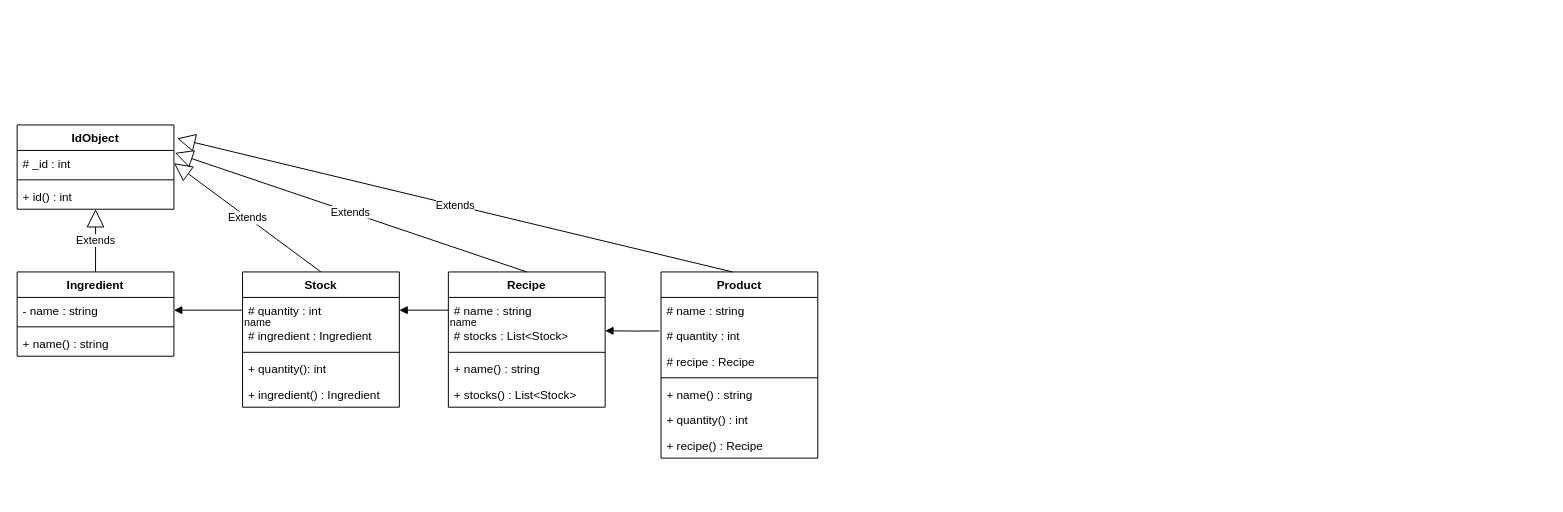
Above: src/lecture/live/lecture_09_10/bakery_uml.drawio in cs-ubbcluj-ro/FP-2023 (draw.io), before the change. Source tidied: cells renumbered, new cells numbered last; positions are measured from the earlier drawing's top-left corner, leaving out a move shared by most shapes. Both pictures are drawn from the tidied source at 98%, with x=0, y=0 at pixel (17, 124).
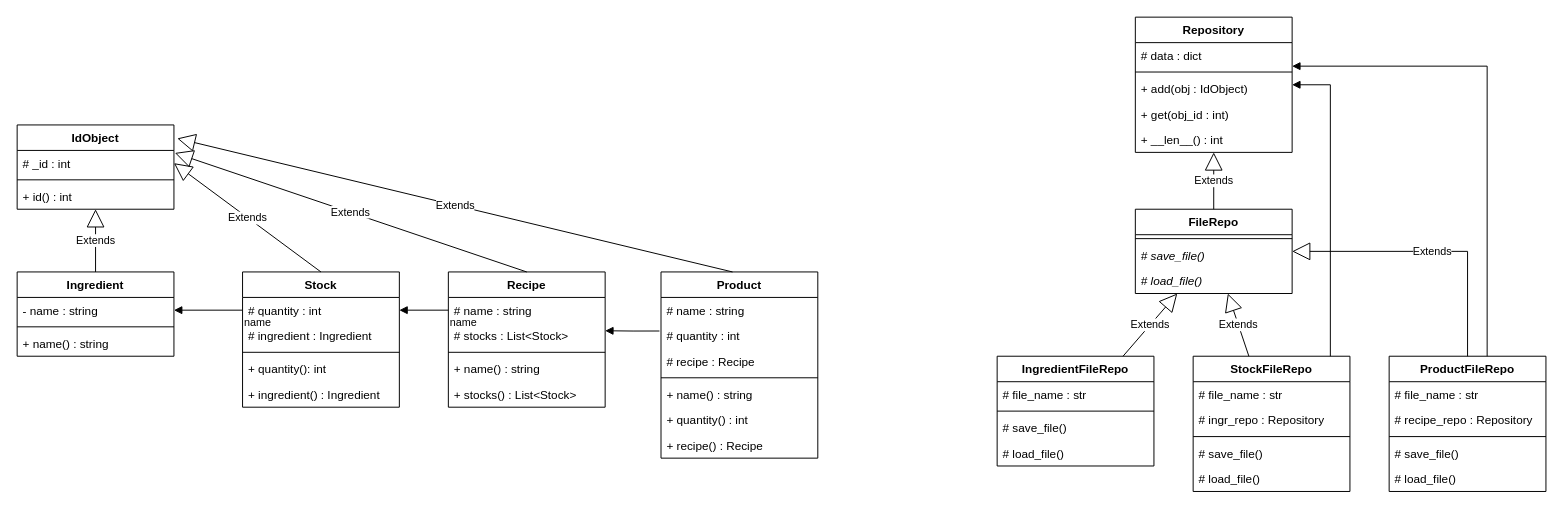
After the change.

The edit, as a diff of the source:
```diff
@@
+    <mxCell id="37" value="Repository" style="swimlane;fontStyle=1;align=center;verticalAlign=top;horizontal=1;startSize=26;" parent="1" vertex="1">
+      <mxGeometry x="1141" y="-110" width="160" height="138" as="geometry" />
+    </mxCell>
+    <mxCell id="38" value="# data : dict" style="text;strokeColor=none;fillColor=none;align=left;verticalAlign=top;spacingLeft=4;spacingRight=4;overflow=hidden;" parent="37" vertex="1">
+      <mxGeometry y="26" width="160" height="26" as="geometry" />
+    </mxCell>
+    <mxCell id="39" style="line;strokeWidth=1;fillColor=none;align=left;verticalAlign=middle;spacingTop=-1;spacingLeft=3;spacingRight=3;labelPosition=right;strokeColor=inherit;" parent="37" vertex="1">
+      <mxGeometry y="52" width="160" height="8" as="geometry" />
+    </mxCell>
+    <mxCell id="40" value="+ add(obj : IdObject)&#10;" style="text;strokeColor=none;fillColor=none;align=left;verticalAlign=top;spacingLeft=4;spacingRight=4;overflow=hidden;" parent="37" vertex="1">
+      <mxGeometry y="60" width="160" height="26" as="geometry" />
+    </mxCell>
+    <mxCell id="41" value="+ get(obj_id : int)&#10;" style="text;strokeColor=none;fillColor=none;align=left;verticalAlign=top;spacingLeft=4;spacingRight=4;overflow=hidden;" parent="37" vertex="1">
+      <mxGeometry y="86" width="160" height="26" as="geometry" />
+    </mxCell>
+    <mxCell id="42" value="+ __len__() : int&#10;" style="text;strokeColor=none;fillColor=none;align=left;verticalAlign=top;spacingLeft=4;spacingRight=4;overflow=hidden;" parent="37" vertex="1">
+      <mxGeometry y="112" width="160" height="26" as="geometry" />
+    </mxCell>
+    <mxCell id="43" value="FileRepo" style="swimlane;fontStyle=1;align=center;verticalAlign=top;horizontal=1;startSize=26;" parent="1" vertex="1">
+      <mxGeometry x="1141" y="86" width="160" height="86" as="geometry" />
+    </mxCell>
+    <mxCell id="44" style="line;strokeWidth=1;fillColor=none;align=left;verticalAlign=middle;spacingTop=-1;spacingLeft=3;spacingRight=3;labelPosition=right;strokeColor=inherit;" parent="43" vertex="1">
+      <mxGeometry y="26" width="160" height="8" as="geometry" />
+    </mxCell>
+    <mxCell id="45" value="# save_file()" style="text;strokeColor=none;fillColor=none;align=left;verticalAlign=top;spacingLeft=4;spacingRight=4;overflow=hidden;fontStyle=2;" parent="43" vertex="1">
+      <mxGeometry y="34" width="160" height="26" as="geometry" />
+    </mxCell>
+    <mxCell id="46" value="# load_file()" style="text;strokeColor=none;fillColor=none;align=left;verticalAlign=top;spacingLeft=4;spacingRight=4;overflow=hidden;fontStyle=2;" parent="43" vertex="1">
+      <mxGeometry y="60" width="160" height="26" as="geometry" />
+    </mxCell>
+    <mxCell id="47" value="Extends" style="endArrow=block;endSize=16;endFill=0;html=1;rounded=0;" parent="1" edge="1" source="43" target="37">
+      <mxGeometry relative="1" as="geometry" />
+    </mxCell>
+    <mxCell id="48" value="IngredientFileRepo" style="swimlane;fontStyle=1;align=center;verticalAlign=top;horizontal=1;startSize=26;" parent="1" vertex="1">
+      <mxGeometry x="1000" y="236" width="160" height="112" as="geometry" />
+    </mxCell>
+    <mxCell id="49" value="# file_name : str" style="text;strokeColor=none;fillColor=none;align=left;verticalAlign=top;spacingLeft=4;spacingRight=4;overflow=hidden;" parent="48" vertex="1">
+      <mxGeometry y="26" width="160" height="26" as="geometry" />
+    </mxCell>
+    <mxCell id="50" style="line;strokeWidth=1;fillColor=none;align=left;verticalAlign=middle;spacingTop=-1;spacingLeft=3;spacingRight=3;labelPosition=right;strokeColor=inherit;" parent="48" vertex="1">
+      <mxGeometry y="52" width="160" height="8" as="geometry" />
+    </mxCell>
+    <mxCell id="51" value="# save_file()" style="text;strokeColor=none;fillColor=none;align=left;verticalAlign=top;spacingLeft=4;spacingRight=4;overflow=hidden;" parent="48" vertex="1">
+      <mxGeometry y="60" width="160" height="26" as="geometry" />
+    </mxCell>
+    <mxCell id="52" value="# load_file()" style="text;strokeColor=none;fillColor=none;align=left;verticalAlign=top;spacingLeft=4;spacingRight=4;overflow=hidden;" parent="48" vertex="1">
+      <mxGeometry y="86" width="160" height="26" as="geometry" />
+    </mxCell>
+    <mxCell id="53" value="Extends" style="endArrow=block;endSize=16;endFill=0;html=1;rounded=0;" parent="1" edge="1" source="48" target="43">
+      <mxGeometry relative="1" as="geometry" />
+    </mxCell>
+    <mxCell id="54" value="StockFileRepo" style="swimlane;fontStyle=1;align=center;verticalAlign=top;horizontal=1;startSize=26;" parent="1" vertex="1">
+      <mxGeometry x="1200" y="236" width="160" height="138" as="geometry" />
+    </mxCell>
+    <mxCell id="55" value="# file_name : str" style="text;strokeColor=none;fillColor=none;align=left;verticalAlign=top;spacingLeft=4;spacingRight=4;overflow=hidden;" parent="54" vertex="1">
+      <mxGeometry y="26" width="160" height="26" as="geometry" />
+    </mxCell>
+    <mxCell id="56" value="# ingr_repo : Repository" style="text;strokeColor=none;fillColor=none;align=left;verticalAlign=top;spacingLeft=4;spacingRight=4;overflow=hidden;" parent="54" vertex="1">
+      <mxGeometry y="52" width="160" height="26" as="geometry" />
+    </mxCell>
+    <mxCell id="57" style="line;strokeWidth=1;fillColor=none;align=left;verticalAlign=middle;spacingTop=-1;spacingLeft=3;spacingRight=3;labelPosition=right;strokeColor=inherit;" parent="54" vertex="1">
+      <mxGeometry y="78" width="160" height="8" as="geometry" />
+    </mxCell>
+    <mxCell id="58" value="# save_file()" style="text;strokeColor=none;fillColor=none;align=left;verticalAlign=top;spacingLeft=4;spacingRight=4;overflow=hidden;" parent="54" vertex="1">
+      <mxGeometry y="86" width="160" height="26" as="geometry" />
+    </mxCell>
+    <mxCell id="59" value="# load_file()" style="text;strokeColor=none;fillColor=none;align=left;verticalAlign=top;spacingLeft=4;spacingRight=4;overflow=hidden;" parent="54" vertex="1">
+      <mxGeometry y="112" width="160" height="26" as="geometry" />
+    </mxCell>
+    <mxCell id="60" value="Extends" style="endArrow=block;endSize=16;endFill=0;html=1;rounded=0;" parent="1" edge="1" source="54" target="43">
+      <mxGeometry relative="1" as="geometry" />
+    </mxCell>
+    <mxCell id="61" style="endArrow=block;endFill=1;html=1;edgeStyle=orthogonalEdgeStyle;align=left;verticalAlign=top;rounded=0;" parent="1" edge="1" source="54" target="37">
+      <mxGeometry x="-1" relative="1" as="geometry">
+        <Array as="points">
+          <mxPoint x="1340" y="-41" />
+        </Array>
+      </mxGeometry>
+    </mxCell>
+    <mxCell id="62" value="ProductFileRepo" style="swimlane;fontStyle=1;align=center;verticalAlign=top;horizontal=1;startSize=26;" parent="1" vertex="1">
+      <mxGeometry x="1400" y="236" width="160" height="138" as="geometry" />
+    </mxCell>
+    <mxCell id="63" value="# file_name : str" style="text;strokeColor=none;fillColor=none;align=left;verticalAlign=top;spacingLeft=4;spacingRight=4;overflow=hidden;" parent="62" vertex="1">
+      <mxGeometry y="26" width="160" height="26" as="geometry" />
+    </mxCell>
+    <mxCell id="64" value="# recipe_repo : Repository" style="text;strokeColor=none;fillColor=none;align=left;verticalAlign=top;spacingLeft=4;spacingRight=4;overflow=hidden;" parent="62" vertex="1">
+      <mxGeometry y="52" width="160" height="26" as="geometry" />
+    </mxCell>
+    <mxCell id="65" style="line;strokeWidth=1;fillColor=none;align=left;verticalAlign=middle;spacingTop=-1;spacingLeft=3;spacingRight=3;labelPosition=right;strokeColor=inherit;" parent="62" vertex="1">
+      <mxGeometry y="78" width="160" height="8" as="geometry" />
+    </mxCell>
+    <mxCell id="66" value="# save_file()" style="text;strokeColor=none;fillColor=none;align=left;verticalAlign=top;spacingLeft=4;spacingRight=4;overflow=hidden;" parent="62" vertex="1">
+      <mxGeometry y="86" width="160" height="26" as="geometry" />
+    </mxCell>
+    <mxCell id="67" value="# load_file()" style="text;strokeColor=none;fillColor=none;align=left;verticalAlign=top;spacingLeft=4;spacingRight=4;overflow=hidden;" parent="62" vertex="1">
+      <mxGeometry y="112" width="160" height="26" as="geometry" />
+    </mxCell>
+    <mxCell id="68" value="Extends" style="endArrow=block;endSize=16;endFill=0;html=1;rounded=0;" parent="1" edge="1" source="62" target="43">
+      <mxGeometry relative="1" as="geometry">
+        <Array as="points">
+          <mxPoint x="1480" y="129" />
+        </Array>
+      </mxGeometry>
+    </mxCell>
+    <mxCell id="69" style="endArrow=block;endFill=1;html=1;edgeStyle=orthogonalEdgeStyle;align=left;verticalAlign=top;rounded=0;" parent="1" edge="1" source="62" target="37">
+      <mxGeometry x="-1" relative="1" as="geometry">
+        <Array as="points">
+          <mxPoint x="1500" y="-60" />
+        </Array>
+      </mxGeometry>
+    </mxCell>
```
